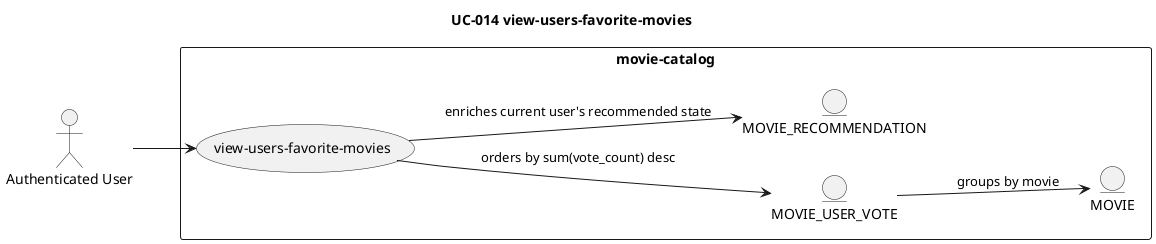
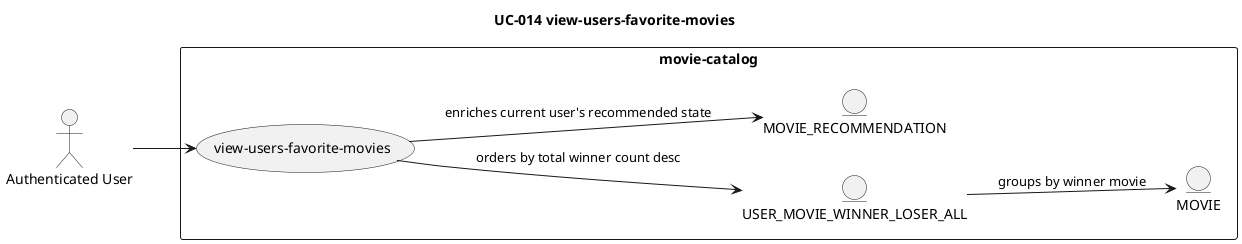
@startuml
title UC-014 view-users-favorite-movies
left to right direction

actor "Authenticated User" as user
rectangle "movie-catalog" {
    usecase "view-users-favorite-movies" as UC
-     entity "MOVIE_USER_VOTE" as vote
+     entity "USER_MOVIE_WINNER_LOSER_ALL" as closureResult
    entity "MOVIE" as movie
    entity "MOVIE_RECOMMENDATION" as recommendation
}

user --> UC
- UC --> vote : orders by sum(vote_count) desc
- vote --> movie : groups by movie
+ UC --> closureResult : orders by total winner count desc
+ closureResult --> movie : groups by winner movie
UC --> recommendation : enriches current user's recommended state
@enduml
